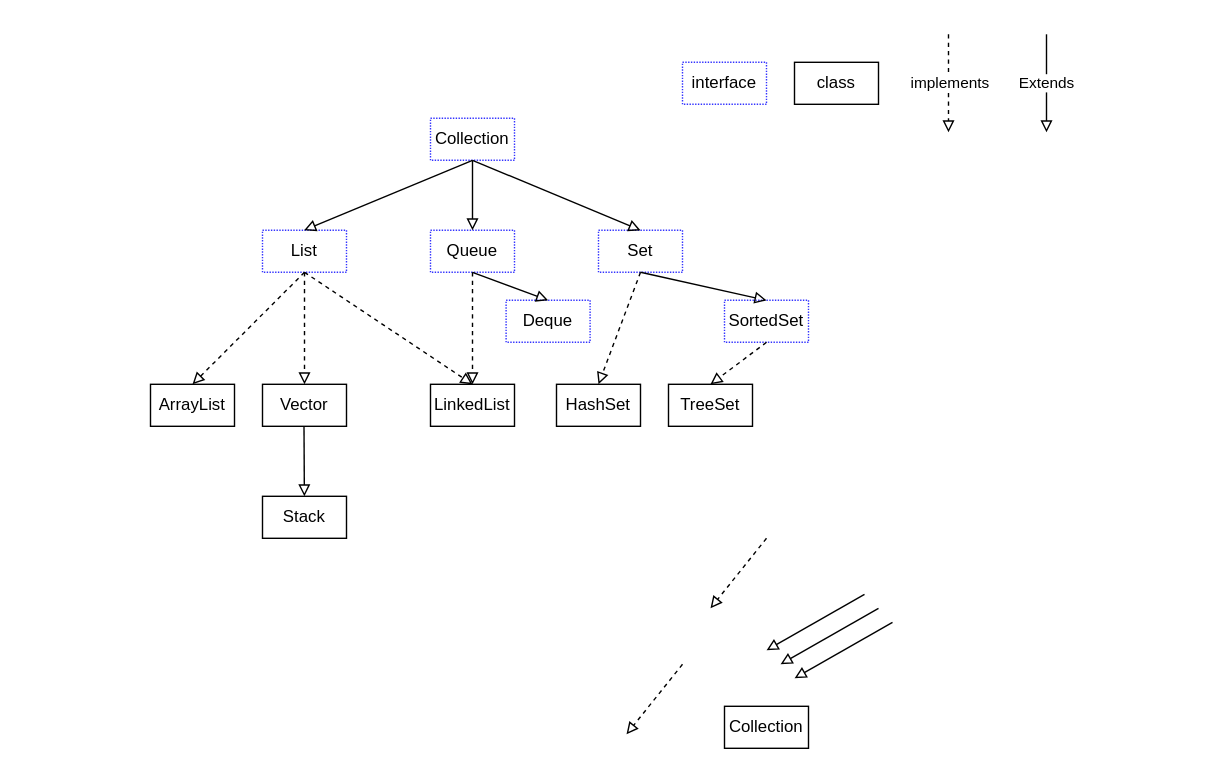
The draw.io diagram Collection.drawio in lm-lan/document, before the edit. Source tidied: cells renumbered, new cells numbered last; positions are measured from the earlier drawing's top-left corner, leaving out a move shared by most shapes. Both pictures are drawn from the tidied source at 140%, with x=0, y=0 at pixel (150, 34).
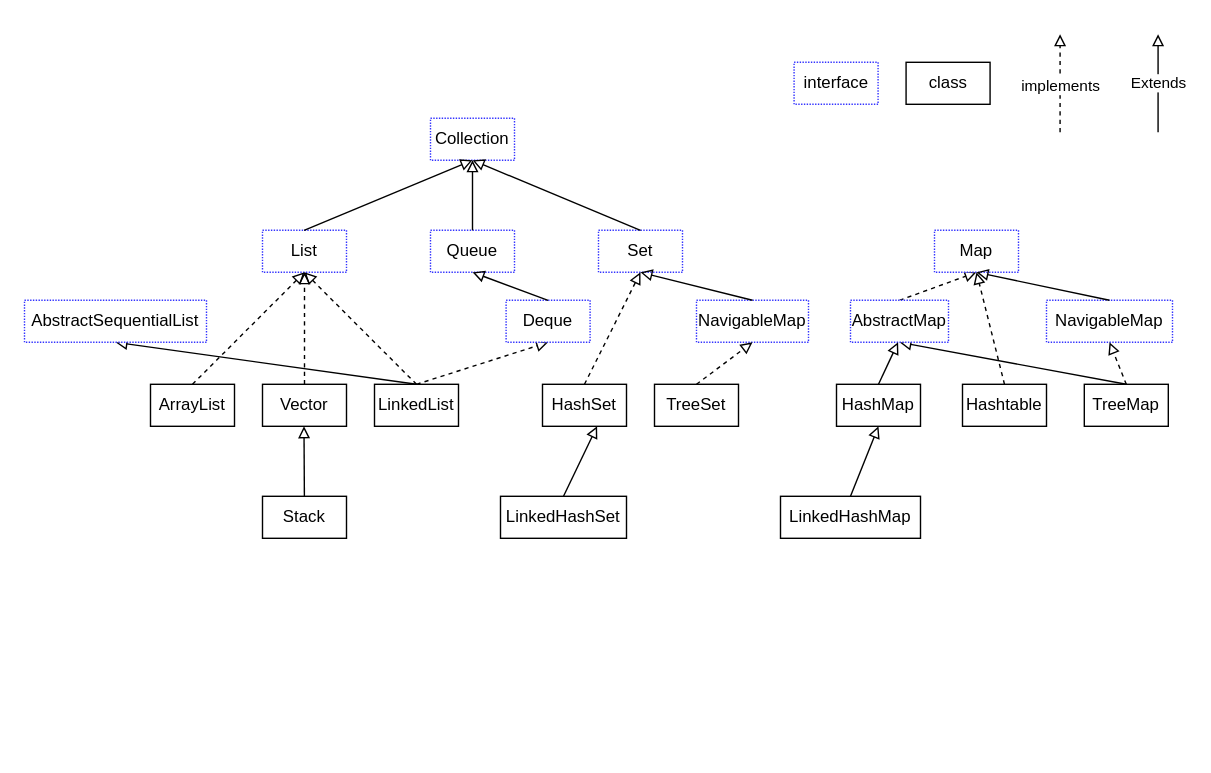
The same diagram, later.

Unchanged cells that the change refers to:
```xml
<mxCell id="2" value="Collection" style="rounded=0;whiteSpace=wrap;html=1;dashed=1;dashPattern=1 1;strokeColor=#3333FF;align=center;verticalAlign=middle;fontFamily=Helvetica;fontSize=12;fontColor=default;fillColor=default;" parent="1" vertex="1">
  <mxGeometry x="200" y="60" width="60" height="30" as="geometry" />
</mxCell>
<mxCell id="3" value="List" style="rounded=0;whiteSpace=wrap;html=1;dashed=1;strokeColor=#3333FF;dashPattern=1 1;" parent="1" vertex="1">
  <mxGeometry x="80" y="140" width="60" height="30" as="geometry" />
</mxCell>
<mxCell id="5" value="Vector" style="rounded=0;whiteSpace=wrap;html=1;" parent="1" vertex="1">
  <mxGeometry x="80" y="250" width="60" height="30" as="geometry" />
</mxCell>
<mxCell id="6" value="ArrayList" style="rounded=0;whiteSpace=wrap;html=1;" parent="1" vertex="1">
  <mxGeometry y="250" width="60" height="30" as="geometry" />
</mxCell>
<mxCell id="8" value="Queue" style="rounded=0;whiteSpace=wrap;html=1;dashed=1;dashPattern=1 1;strokeColor=#3333FF;align=center;verticalAlign=middle;fontFamily=Helvetica;fontSize=12;fontColor=default;fillColor=default;" parent="1" vertex="1">
  <mxGeometry x="200" y="140" width="60" height="30" as="geometry" />
</mxCell>
<mxCell id="9" value="Set" style="rounded=0;whiteSpace=wrap;html=1;dashed=1;dashPattern=1 1;strokeColor=#3333FF;align=center;verticalAlign=middle;fontFamily=Helvetica;fontSize=12;fontColor=default;fillColor=default;" parent="1" vertex="1">
  <mxGeometry x="320" y="140" width="60" height="30" as="geometry" />
</mxCell>
<mxCell id="16" value="Stack" style="rounded=0;whiteSpace=wrap;html=1;" parent="1" vertex="1">
  <mxGeometry x="80" y="330" width="60" height="30" as="geometry" />
</mxCell>
<mxCell id="32" value="Deque" style="rounded=0;whiteSpace=wrap;html=1;dashed=1;dashPattern=1 1;strokeColor=#3333FF;align=center;verticalAlign=middle;fontFamily=Helvetica;fontSize=12;fontColor=default;fillColor=default;" parent="1" vertex="1">
  <mxGeometry x="254" y="190" width="60" height="30" as="geometry" />
</mxCell>
```

Change to the diagram source:
```diff
@@
-    <mxCell id="4" value="Collection" style="rounded=0;whiteSpace=wrap;html=1;" parent="1" vertex="1">
-      <mxGeometry x="410" y="480" width="60" height="30" as="geometry" />
-    </mxCell>
@@
     <mxCell id="7" value="LinkedList" style="rounded=0;whiteSpace=wrap;html=1;" parent="1" vertex="1">
-      <mxGeometry x="200" y="250" width="60" height="30" as="geometry" />
+      <mxGeometry x="160" y="250" width="60" height="30" as="geometry" />
     </mxCell>
@@
-    <mxCell id="10" style="endArrow=block;dashed=1;endFill=0;endSize=6;html=1;rounded=0;exitX=0.5;exitY=1;exitDx=0;exitDy=0;" parent="1" edge="1" source="3" target="5">
+    <mxCell id="10" style="endArrow=block;dashed=1;endFill=0;endSize=6;html=1;rounded=0;entryX=0.5;entryY=1;entryDx=0;entryDy=0;" parent="1" edge="1" source="5" target="3">
       <mxGeometry relative="1" as="geometry" />
     </mxCell>
@@
     <mxCell id="12" value="Extends" style="endArrow=block;endSize=6;endFill=0;html=1;rounded=0;startSize=3;" parent="1" edge="1">
       <mxGeometry relative="1" as="geometry">
-        <mxPoint x="640" as="sourcePoint" />
-        <mxPoint x="640" y="70" as="targetPoint" />
+        <mxPoint x="719.7" y="70" as="sourcePoint" />
+        <mxPoint x="719.7" as="targetPoint" />
       </mxGeometry>
     </mxCell>
     <mxCell id="13" style="endArrow=block;dashed=1;endFill=0;endSize=6;html=1;rounded=0;entryX=0.5;entryY=0;entryDx=0;entryDy=0;" parent="1" edge="1">
       <mxGeometry relative="1" as="geometry">
-        <mxPoint x="570" as="sourcePoint" />
-        <mxPoint x="570" y="70" as="targetPoint" />
+        <mxPoint x="649.7" y="70" as="sourcePoint" />
+        <mxPoint x="649.7" as="targetPoint" />
       </mxGeometry>
     </mxCell>
@@
-    <mxCell id="15" style="endArrow=block;endSize=6;endFill=0;html=1;rounded=0;startSize=3;exitX=0.494;exitY=1;exitDx=0;exitDy=0;exitPerimeter=0;" parent="1" edge="1" source="5" target="16">
+    <mxCell id="15" style="endArrow=block;endSize=6;endFill=0;html=1;rounded=0;startSize=3;entryX=0.494;entryY=1;entryDx=0;entryDy=0;entryPerimeter=0;" parent="1" edge="1" source="16" target="5">
       <mxGeometry relative="1" as="geometry" />
     </mxCell>
@@
     <mxCell id="17" value="TreeSet" style="rounded=0;whiteSpace=wrap;html=1;" parent="1" vertex="1">
-      <mxGeometry x="370" y="250" width="60" height="30" as="geometry" />
+      <mxGeometry x="360" y="250" width="60" height="30" as="geometry" />
     </mxCell>
     <mxCell id="18" value="HashSet" style="rounded=0;whiteSpace=wrap;html=1;" parent="1" vertex="1">
-      <mxGeometry x="290" y="250" width="60" height="30" as="geometry" />
+      <mxGeometry x="280" y="250" width="60" height="30" as="geometry" />
     </mxCell>
-    <mxCell id="19" value="SortedSet" style="rounded=0;whiteSpace=wrap;html=1;dashed=1;dashPattern=1 1;strokeColor=#3333FF;align=center;verticalAlign=middle;fontFamily=Helvetica;fontSize=12;fontColor=default;fillColor=default;" parent="1" vertex="1">
-      <mxGeometry x="410" y="190" width="60" height="30" as="geometry" />
+    <mxCell id="19" value="NavigableMap" style="rounded=0;whiteSpace=wrap;html=1;dashed=1;dashPattern=1 1;strokeColor=#3333FF;align=center;verticalAlign=middle;fontFamily=Helvetica;fontSize=12;fontColor=default;fillColor=default;" parent="1" vertex="1">
+      <mxGeometry x="390" y="190" width="80" height="30" as="geometry" />
     </mxCell>
-    <mxCell id="20" style="endArrow=block;dashed=1;endFill=0;endSize=6;html=1;rounded=0;exitX=0.5;exitY=1;exitDx=0;exitDy=0;entryX=0.5;entryY=0;entryDx=0;entryDy=0;" parent="1" edge="1" target="6">
+    <mxCell id="20" style="endArrow=block;dashed=1;endFill=0;endSize=6;html=1;rounded=0;exitX=0.5;exitY=0;exitDx=0;exitDy=0;entryX=0.5;entryY=0;entryDx=0;entryDy=0;" parent="1" edge="1" source="6">
       <mxGeometry relative="1" as="geometry">
-        <mxPoint x="110" y="170" as="sourcePoint" />
+        <mxPoint x="110" y="170" as="targetPoint" />
       </mxGeometry>
     </mxCell>
-    <mxCell id="21" style="endArrow=block;endSize=6;endFill=0;html=1;rounded=0;startSize=3;exitX=0.5;exitY=1;exitDx=0;exitDy=0;" parent="1" edge="1" source="2">
+    <mxCell id="21" style="endArrow=block;endSize=6;endFill=0;html=1;rounded=0;startSize=3;exitX=0.5;exitY=1;exitDx=0;exitDy=0;entryX=0.5;entryY=1;entryDx=0;entryDy=0;" parent="1" edge="1" target="2">
       <mxGeometry relative="1" as="geometry">
-        <mxPoint x="109.7" y="140" as="targetPoint" />
+        <mxPoint x="109.7" y="140" as="sourcePoint" />
       </mxGeometry>
     </mxCell>
-    <mxCell id="22" style="endArrow=block;dashed=1;endFill=0;endSize=6;html=1;rounded=0;entryX=0.5;entryY=0;entryDx=0;entryDy=0;exitX=0.5;exitY=1;exitDx=0;exitDy=0;" parent="1" edge="1" source="3" target="7">
+    <mxCell id="22" style="endArrow=block;dashed=1;endFill=0;endSize=6;html=1;rounded=0;entryX=0.5;entryY=1;entryDx=0;entryDy=0;exitX=0.5;exitY=0;exitDx=0;exitDy=0;" parent="1" edge="1" source="7" target="3">
       <mxGeometry relative="1" as="geometry" />
     </mxCell>
-    <mxCell id="23" style="endArrow=block;dashed=1;endFill=0;endSize=6;html=1;rounded=0;entryX=0.5;entryY=0;entryDx=0;entryDy=0;exitX=0.5;exitY=1;exitDx=0;exitDy=0;" parent="1" edge="1" source="8" target="7">
+    <mxCell id="23" style="endArrow=block;dashed=1;endFill=0;endSize=6;html=1;rounded=0;entryX=0.5;entryY=1;entryDx=0;entryDy=0;exitX=0.5;exitY=0;exitDx=0;exitDy=0;" parent="1" edge="1" source="7" target="32">
       <mxGeometry relative="1" as="geometry" />
     </mxCell>
-    <mxCell id="24" style="endArrow=block;dashed=1;endFill=0;endSize=6;html=1;rounded=0;entryX=0.5;entryY=0;entryDx=0;entryDy=0;exitX=0.5;exitY=1;exitDx=0;exitDy=0;" parent="1" edge="1" source="9" target="18">
+    <mxCell id="24" style="endArrow=block;dashed=1;endFill=0;endSize=6;html=1;rounded=0;entryX=0.5;entryY=1;entryDx=0;entryDy=0;exitX=0.5;exitY=0;exitDx=0;exitDy=0;" parent="1" edge="1" source="18" target="9">
       <mxGeometry relative="1" as="geometry" />
     </mxCell>
-    <mxCell id="25" style="endArrow=block;dashed=1;endFill=0;endSize=6;html=1;rounded=0;entryX=0.5;entryY=0;entryDx=0;entryDy=0;exitX=0.5;exitY=1;exitDx=0;exitDy=0;" parent="1" edge="1" source="19" target="17">
+    <mxCell id="25" style="endArrow=block;dashed=1;endFill=0;endSize=6;html=1;rounded=0;entryX=0.5;entryY=1;entryDx=0;entryDy=0;exitX=0.5;exitY=0;exitDx=0;exitDy=0;" parent="1" edge="1" source="17" target="19">
       <mxGeometry relative="1" as="geometry" />
     </mxCell>
-    <mxCell id="26" style="endArrow=block;dashed=1;endFill=0;endSize=6;html=1;rounded=0;entryX=0.5;entryY=0;entryDx=0;entryDy=0;exitX=0.5;exitY=1;exitDx=0;exitDy=0;" parent="1" edge="1">
-      <mxGeometry relative="1" as="geometry">
-        <mxPoint x="380" y="450" as="sourcePoint" />
-        <mxPoint x="340" y="500" as="targetPoint" />
-      </mxGeometry>
-    </mxCell>
-    <mxCell id="27" style="endArrow=block;endSize=6;endFill=0;html=1;rounded=0;startSize=3;" parent="1" edge="1">
+    <mxCell id="27" style="endArrow=block;endSize=6;endFill=0;html=1;rounded=0;startSize=3;entryX=0.5;entryY=0;entryDx=0;entryDy=0;exitX=0.5;exitY=0;exitDx=0;exitDy=0;" parent="1" edge="1" source="39">
       <mxGeometry relative="1" as="geometry">
-        <mxPoint x="510" y="400" as="sourcePoint" />
-        <mxPoint x="440" y="440" as="targetPoint" />
+        <mxPoint x="319" y="280" as="targetPoint" />
       </mxGeometry>
     </mxCell>
     <mxCell id="28" value="interface" style="rounded=0;whiteSpace=wrap;html=1;dashed=1;dashPattern=1 1;strokeColor=#3333FF;align=center;verticalAlign=middle;fontFamily=Helvetica;fontSize=12;fontColor=default;fillColor=default;" parent="1" vertex="1">
-      <mxGeometry x="380" y="20" width="60" height="30" as="geometry" />
+      <mxGeometry x="459.7" y="20" width="60" height="30" as="geometry" />
     </mxCell>
     <mxCell id="29" value="class" style="rounded=0;whiteSpace=wrap;html=1;" parent="1" vertex="1">
-      <mxGeometry x="460" y="20" width="60" height="30" as="geometry" />
+      <mxGeometry x="539.7" y="20" width="60" height="30" as="geometry" />
     </mxCell>
-    <mxCell id="30" style="endArrow=block;endSize=6;endFill=0;html=1;rounded=0;startSize=3;exitX=0.5;exitY=1;exitDx=0;exitDy=0;" parent="1" edge="1" source="2">
+    <mxCell id="30" style="endArrow=block;endSize=6;endFill=0;html=1;rounded=0;startSize=3;exitX=0.5;exitY=1;exitDx=0;exitDy=0;entryX=0.5;entryY=1;entryDx=0;entryDy=0;" parent="1" edge="1" target="2">
       <mxGeometry relative="1" as="geometry">
-        <mxPoint x="350" y="140" as="targetPoint" />
+        <mxPoint x="350" y="140" as="sourcePoint" />
       </mxGeometry>
     </mxCell>
-    <mxCell id="31" style="endArrow=block;endSize=6;endFill=0;html=1;rounded=0;startSize=3;entryX=0.5;entryY=0;entryDx=0;entryDy=0;" parent="1" edge="1" target="8">
+    <mxCell id="31" style="endArrow=block;endSize=6;endFill=0;html=1;rounded=0;startSize=3;entryX=0.5;entryY=0;entryDx=0;entryDy=0;exitX=0.5;exitY=0;exitDx=0;exitDy=0;" parent="1" edge="1" source="8">
       <mxGeometry relative="1" as="geometry">
-        <mxPoint x="230" y="90" as="sourcePoint" />
+        <mxPoint x="230" y="90" as="targetPoint" />
       </mxGeometry>
     </mxCell>
@@
-    <mxCell id="33" style="endArrow=block;dashed=1;endFill=0;endSize=6;html=1;rounded=0;entryX=0.5;entryY=0;entryDx=0;entryDy=0;exitX=0.5;exitY=1;exitDx=0;exitDy=0;" parent="1" edge="1">
+    <mxCell id="33" style="endArrow=block;dashed=1;endFill=0;endSize=6;html=1;rounded=0;entryX=0.5;entryY=0;entryDx=0;entryDy=0;exitX=0.5;exitY=0;exitDx=0;exitDy=0;" parent="1" edge="1" source="43">
       <mxGeometry relative="1" as="geometry">
-        <mxPoint x="440" y="360" as="sourcePoint" />
-        <mxPoint x="400" y="410" as="targetPoint" />
+        <mxPoint x="590" y="170" as="targetPoint" />
       </mxGeometry>
     </mxCell>
-    <mxCell id="34" style="endArrow=block;endSize=6;endFill=0;html=1;rounded=0;startSize=3;entryX=0.5;entryY=0;entryDx=0;entryDy=0;" parent="1" edge="1" target="32">
+    <mxCell id="34" style="endArrow=block;endSize=6;endFill=0;html=1;rounded=0;startSize=3;entryX=0.5;entryY=0;entryDx=0;entryDy=0;exitX=0.5;exitY=0;exitDx=0;exitDy=0;" parent="1" edge="1" source="32">
       <mxGeometry relative="1" as="geometry">
-        <mxPoint x="230" y="170" as="sourcePoint" />
+        <mxPoint x="230" y="170" as="targetPoint" />
       </mxGeometry>
     </mxCell>
-    <mxCell id="35" style="endArrow=block;endSize=6;endFill=0;html=1;rounded=0;startSize=3;" parent="1" edge="1">
-      <mxGeometry relative="1" as="geometry">
-        <mxPoint x="520" y="410" as="sourcePoint" />
-        <mxPoint x="450" y="450" as="targetPoint" />
-      </mxGeometry>
+    <mxCell id="35" style="endArrow=block;endSize=6;endFill=0;html=1;rounded=0;startSize=3;entryX=0.5;entryY=1;entryDx=0;entryDy=0;exitX=0.5;exitY=0;exitDx=0;exitDy=0;" parent="1" edge="1" source="46" target="43">
+      <mxGeometry relative="1" as="geometry" />
     </mxCell>
-    <mxCell id="36" style="endArrow=block;endSize=6;endFill=0;html=1;rounded=0;startSize=3;" parent="1" edge="1">
-      <mxGeometry relative="1" as="geometry">
-        <mxPoint x="530" y="420" as="sourcePoint" />
-        <mxPoint x="460" y="460" as="targetPoint" />
-      </mxGeometry>
+    <mxCell id="36" style="endArrow=block;endSize=6;endFill=0;html=1;rounded=0;startSize=3;entryX=0.5;entryY=1;entryDx=0;entryDy=0;exitX=0.5;exitY=0;exitDx=0;exitDy=0;" parent="1" edge="1" source="45" target="41">
+      <mxGeometry relative="1" as="geometry" />
     </mxCell>
-    <mxCell id="37" style="endArrow=block;endSize=6;endFill=0;html=1;rounded=0;startSize=3;entryX=0.5;entryY=0;entryDx=0;entryDy=0;" parent="1" edge="1" target="19">
+    <mxCell id="37" style="endArrow=block;endSize=6;endFill=0;html=1;rounded=0;startSize=3;entryX=0.5;entryY=0;entryDx=0;entryDy=0;exitX=0.5;exitY=0;exitDx=0;exitDy=0;" parent="1" edge="1" source="19">
       <mxGeometry relative="1" as="geometry">
-        <mxPoint x="350" y="170" as="sourcePoint" />
+        <mxPoint x="350" y="170" as="targetPoint" />
       </mxGeometry>
     </mxCell>
+    <mxCell id="38" value="Hashtable" style="rounded=0;whiteSpace=wrap;html=1;" parent="1" vertex="1">
+      <mxGeometry x="580" y="250" width="60" height="30" as="geometry" />
+    </mxCell>
+    <mxCell id="39" value="LinkedHashSet" style="rounded=0;whiteSpace=wrap;html=1;" parent="1" vertex="1">
+      <mxGeometry x="250" y="330" width="90" height="30" as="geometry" />
+    </mxCell>
+    <mxCell id="40" value="Map" style="rounded=0;whiteSpace=wrap;html=1;dashed=1;dashPattern=1 1;strokeColor=#3333FF;align=center;verticalAlign=middle;fontFamily=Helvetica;fontSize=12;fontColor=default;fillColor=default;" parent="1" vertex="1">
+      <mxGeometry x="560" y="140" width="60" height="30" as="geometry" />
+    </mxCell>
+    <mxCell id="41" value="HashMap" style="rounded=0;whiteSpace=wrap;html=1;" parent="1" vertex="1">
+      <mxGeometry x="490" y="250" width="60" height="30" as="geometry" />
+    </mxCell>
+    <mxCell id="42" style="endArrow=block;dashed=1;endFill=0;endSize=6;html=1;rounded=0;entryX=0.5;entryY=1;entryDx=0;entryDy=0;exitX=0.5;exitY=0;exitDx=0;exitDy=0;" parent="1" edge="1" source="38" target="40">
+      <mxGeometry relative="1" as="geometry" />
+    </mxCell>
+    <mxCell id="43" value="AbstractMap" style="rounded=0;whiteSpace=wrap;html=1;dashed=1;dashPattern=1 1;strokeColor=#3333FF;align=center;verticalAlign=middle;fontFamily=Helvetica;fontSize=12;fontColor=default;fillColor=default;" parent="1" vertex="1">
+      <mxGeometry x="500" y="190" width="70" height="30" as="geometry" />
+    </mxCell>
+    <mxCell id="44" style="endArrow=block;endSize=6;endFill=0;html=1;rounded=0;startSize=3;entryX=0.5;entryY=0;entryDx=0;entryDy=0;exitX=0.5;exitY=0;exitDx=0;exitDy=0;" parent="1" edge="1" source="41">
+      <mxGeometry relative="1" as="geometry">
+        <mxPoint x="534" y="220" as="targetPoint" />
+      </mxGeometry>
+    </mxCell>
+    <mxCell id="45" value="LinkedHashMap" style="rounded=0;whiteSpace=wrap;html=1;" parent="1" vertex="1">
+      <mxGeometry x="450" y="330" width="100" height="30" as="geometry" />
+    </mxCell>
+    <mxCell id="46" value="TreeMap" style="rounded=0;whiteSpace=wrap;html=1;" parent="1" vertex="1">
+      <mxGeometry x="667" y="250" width="60" height="30" as="geometry" />
+    </mxCell>
+    <mxCell id="47" value="NavigableMap" style="rounded=0;whiteSpace=wrap;html=1;dashed=1;dashPattern=1 1;strokeColor=#3333FF;align=center;verticalAlign=middle;fontFamily=Helvetica;fontSize=12;fontColor=default;fillColor=default;" parent="1" vertex="1">
+      <mxGeometry x="640" y="190" width="90" height="30" as="geometry" />
+    </mxCell>
+    <mxCell id="48" style="endArrow=block;dashed=1;endFill=0;endSize=6;html=1;rounded=0;entryX=0.5;entryY=1;entryDx=0;entryDy=0;exitX=0.5;exitY=0;exitDx=0;exitDy=0;" parent="1" edge="1" source="46" target="47">
+      <mxGeometry relative="1" as="geometry" />
+    </mxCell>
+    <mxCell id="49" style="endArrow=block;endSize=6;endFill=0;html=1;rounded=0;startSize=3;entryX=0.5;entryY=1;entryDx=0;entryDy=0;" parent="1" edge="1" target="51">
+      <mxGeometry relative="1" as="geometry">
+        <mxPoint x="190" y="250" as="sourcePoint" />
+      </mxGeometry>
+    </mxCell>
+    <mxCell id="50" style="endArrow=block;endSize=6;endFill=0;html=1;rounded=0;startSize=3;exitX=0.5;exitY=0;exitDx=0;exitDy=0;entryX=0.5;entryY=1;entryDx=0;entryDy=0;" parent="1" edge="1" source="47" target="40">
+      <mxGeometry relative="1" as="geometry" />
+    </mxCell>
+    <mxCell id="51" value="AbstractSequentialList" style="rounded=0;whiteSpace=wrap;html=1;dashed=1;dashPattern=1 1;strokeColor=#3333FF;align=center;verticalAlign=middle;fontFamily=Helvetica;fontSize=12;fontColor=default;fillColor=default;" parent="1" vertex="1">
+      <mxGeometry x="-90" y="190" width="130" height="30" as="geometry" />
+    </mxCell>
```
